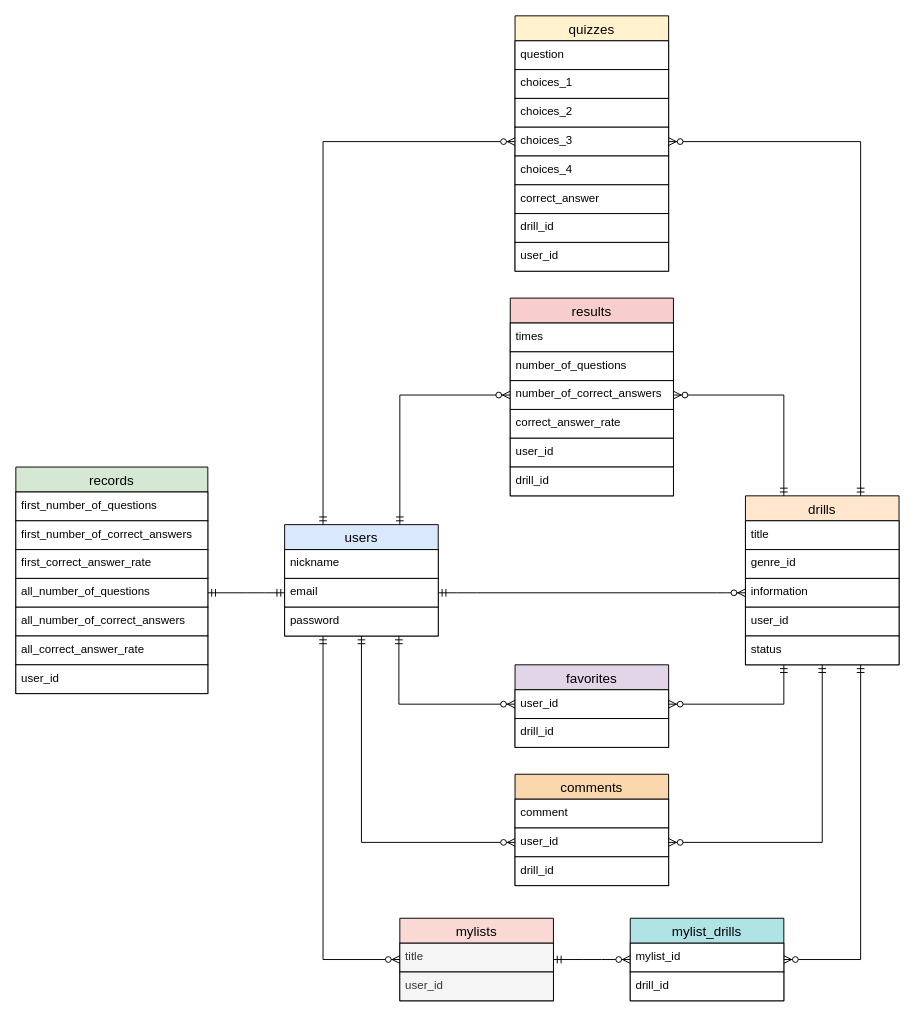
yun814/now_the_question keeps this draw.io diagram as now_the_question.dio. Above is the earlier version. Source tidied: cells renumbered, new cells numbered last; positions are measured from the earlier drawing's top-left corner, leaving out a move shared by most shapes. Both pictures are drawn from the tidied source at 96%, with x=0, y=0 at pixel (15, 15).
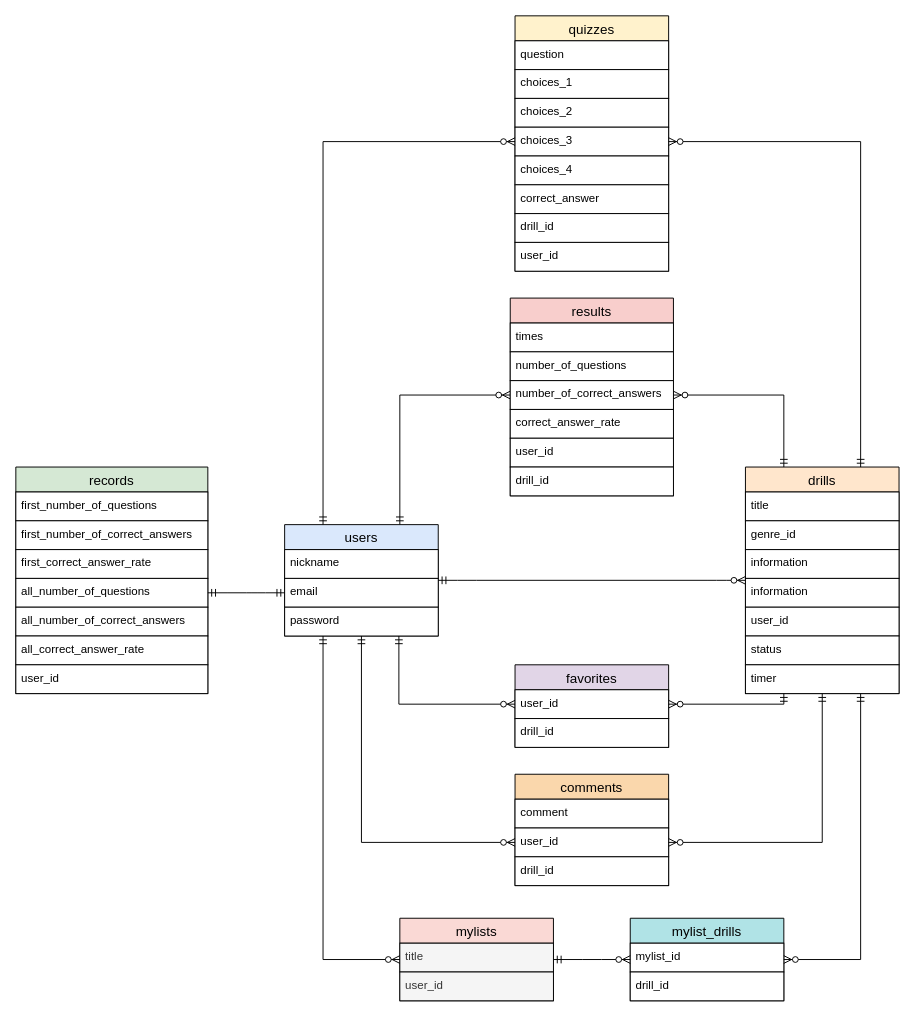
After the change.

Commit message (it also covers changes not shown here):
ER図にtimerカラムを追加

Unchanged cells that the change refers to:
```xml
<mxCell id="11" value="users" style="swimlane;fontStyle=0;horizontal=1;startSize=26;align=center;fontSize=14;strokeColor=#000000;fillColor=#dae8fc;fontColor=#000000;" parent="1" vertex="1">
  <mxGeometry x="280" y="530" width="160" height="116" as="geometry" />
</mxCell>
<mxCell id="13" value="email" style="text;strokeColor=#000000;fillColor=#FFFFFF;spacingLeft=4;spacingRight=4;overflow=hidden;points=[[0,0.5],[1,0.5]];portConstraint=eastwest;fontSize=12;fontColor=#000000;" parent="11" vertex="1">
  <mxGeometry y="56" width="160" height="30" as="geometry" />
</mxCell>
<mxCell id="38" value="user_id" style="text;strokeColor=#000000;fillColor=#FFFFFF;spacingLeft=4;spacingRight=4;overflow=hidden;points=[[0,0.5],[1,0.5]];portConstraint=eastwest;fontSize=12;fontColor=#000000;" parent="37" vertex="1">
  <mxGeometry y="26" width="160" height="30" as="geometry" />
</mxCell>
```

Change to the diagram source:
```diff
@@
     <mxCell id="15" value="drills" style="swimlane;fontStyle=0;horizontal=1;startSize=26;align=center;fontSize=14;strokeColor=#000000;fillColor=#ffe6cc;fontColor=#000000;" parent="1" vertex="1">
-      <mxGeometry x="760" y="500" width="160" height="176" as="geometry" />
+      <mxGeometry x="760" y="470" width="160" height="236" as="geometry" />
     </mxCell>
@@
+    <mxCell id="62" value="information" style="text;strokeColor=#000000;fillColor=#FFFFFF;spacingLeft=4;spacingRight=4;overflow=hidden;fontSize=12;fontColor=#000000;" parent="15" vertex="1">
+      <mxGeometry y="86" width="160" height="30" as="geometry" />
+    </mxCell>
     <mxCell id="18" value="information" style="text;strokeColor=#000000;fillColor=#FFFFFF;spacingLeft=4;spacingRight=4;overflow=hidden;points=[[0,0.5],[1,0.5]];portConstraint=eastwest;fontSize=12;fontColor=#000000;" parent="15" vertex="1">
-      <mxGeometry y="86" width="160" height="30" as="geometry" />
+      <mxGeometry y="116" width="160" height="30" as="geometry" />
     </mxCell>
     <mxCell id="19" value="user_id" style="text;strokeColor=#000000;fillColor=#FFFFFF;spacingLeft=4;spacingRight=4;overflow=hidden;fontSize=12;fontColor=#000000;" parent="15" vertex="1">
-      <mxGeometry y="116" width="160" height="30" as="geometry" />
+      <mxGeometry y="146" width="160" height="30" as="geometry" />
     </mxCell>
     <mxCell id="20" value="status" style="text;strokeColor=#000000;fillColor=#FFFFFF;spacingLeft=4;spacingRight=4;overflow=hidden;points=[[0,0.5],[1,0.5]];portConstraint=eastwest;fontSize=12;fontColor=#000000;" parent="15" vertex="1">
-      <mxGeometry y="146" width="160" height="30" as="geometry" />
+      <mxGeometry y="176" width="160" height="30" as="geometry" />
     </mxCell>
+    <mxCell id="63" value="timer" style="text;strokeColor=#000000;fillColor=#FFFFFF;spacingLeft=4;spacingRight=4;overflow=hidden;fontSize=12;fontColor=#000000;" parent="15" vertex="1">
+      <mxGeometry y="206" width="160" height="30" as="geometry" />
+    </mxCell>
@@
-    <mxCell id="45" style="edgeStyle=entityRelationEdgeStyle;fontSize=12;html=1;endArrow=ERzeroToMany;startArrow=ERmandOne;exitX=1;exitY=0.5;exitDx=0;exitDy=0;entryX=0;entryY=0.5;entryDx=0;entryDy=0;strokeColor=#000000;fontColor=#000000;" parent="1" edge="1" source="13" target="18">
+    <mxCell id="45" style="edgeStyle=entityRelationEdgeStyle;fontSize=12;html=1;endArrow=ERzeroToMany;startArrow=ERmandOne;strokeColor=#000000;fontColor=#000000;exitX=1;exitY=0.5;exitDx=0;exitDy=0;entryX=0;entryY=0.5;entryDx=0;entryDy=0;" parent="1" edge="1" source="11" target="15">
       <mxGeometry relative="1" as="geometry" />
     </mxCell>
@@
-    <mxCell id="51" style="edgeStyle=orthogonalEdgeStyle;fontSize=12;html=1;endArrow=ERzeroToMany;startArrow=ERmandOne;rounded=0;elbow=vertical;entryX=1;entryY=0.5;entryDx=0;entryDy=0;strokeColor=#000000;fontColor=#000000;" parent="1" edge="1" source="20" target="38">
+    <mxCell id="51" style="edgeStyle=orthogonalEdgeStyle;fontSize=12;html=1;endArrow=ERzeroToMany;startArrow=ERmandOne;rounded=0;elbow=vertical;entryX=1;entryY=0.5;entryDx=0;entryDy=0;strokeColor=#000000;fontColor=#000000;exitX=0.25;exitY=1;exitDx=0;exitDy=0;" parent="1" edge="1" source="15" target="38">
       <mxGeometry relative="1" as="geometry">
         <Array as="points">
           <mxPoint x="800" y="717" />
         </Array>
       </mxGeometry>
     </mxCell>
```
